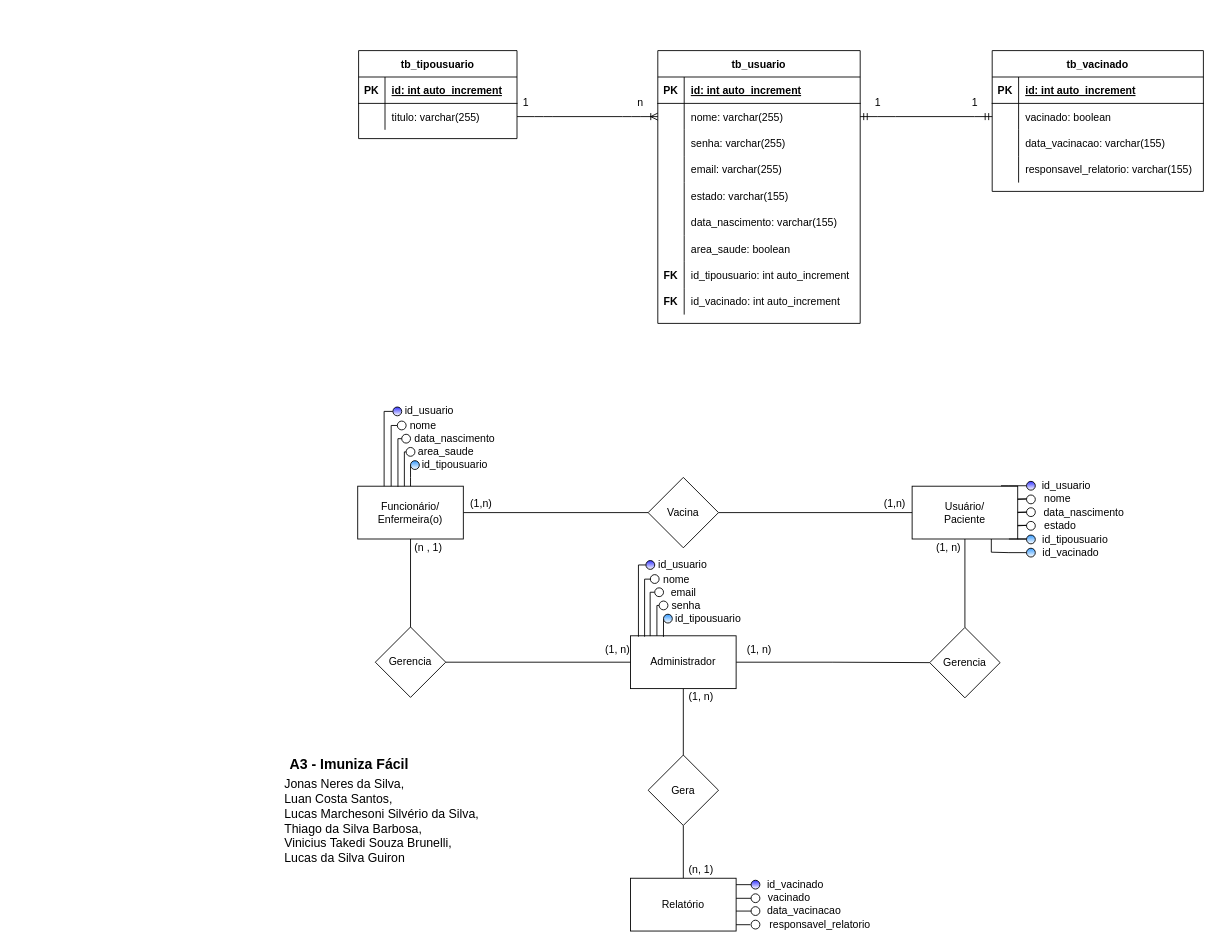
Before: Diagramas/DER/DER_IMUNIZAFACIL.drawio in viniciustakedi/USTJ-CC-A3, a draw.io diagram. Source tidied: cells renumbered, new cells numbered last; positions are measured from the earlier drawing's top-left corner, leaving out a move shared by most shapes. Both pictures are drawn from the tidied source at 88%, with x=0, y=0 at pixel (282, 50).
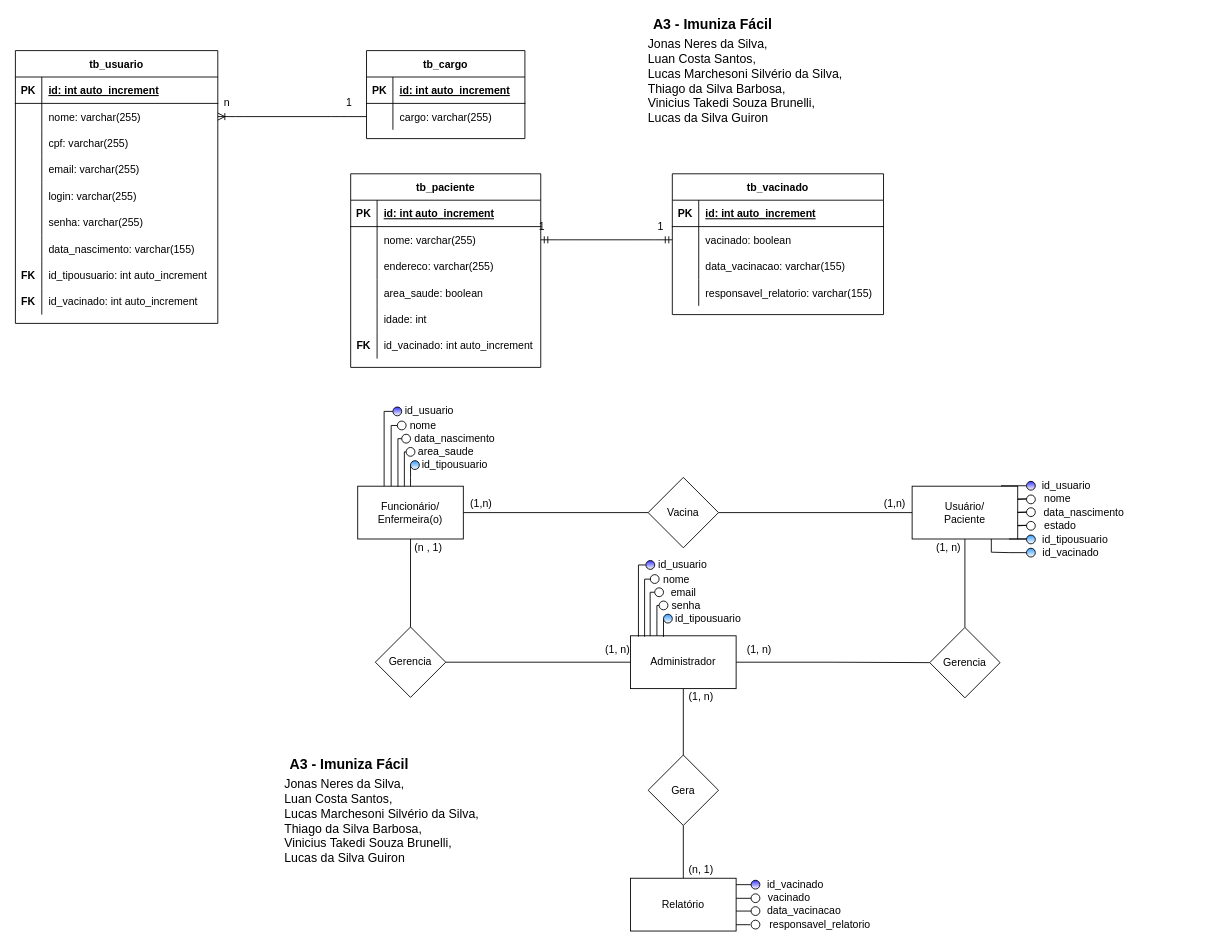
The same diagram, later.

The change refers to these unchanged cells:
```xml
<mxCell id="6" style="shape=partialRectangle;fillColor=none;top=0;left=0;bottom=0;right=0;points=[[0,0.5],[1,0.5]];portConstraint=eastwest;" parent="2" vertex="1">
  <mxGeometry y="60" width="180" height="30" as="geometry" />
</mxCell>
<mxCell id="13" style="shape=partialRectangle;fillColor=none;top=0;left=0;bottom=0;right=0;points=[[0,0.5],[1,0.5]];portConstraint=eastwest;" parent="9" vertex="1">
  <mxGeometry y="60" width="230" height="30" as="geometry" />
</mxCell>
<mxCell id="22" style="shape=partialRectangle;fillColor=none;top=0;left=0;bottom=0;right=0;" parent="9" vertex="1">
  <mxGeometry y="150" width="230" height="30" as="geometry" />
</mxCell>
<mxCell id="65" style="shape=partialRectangle;fillColor=none;top=0;left=0;bottom=0;right=0;points=[[0,0.5],[1,0.5]];portConstraint=eastwest;" parent="61" vertex="1">
  <mxGeometry y="60" width="240" height="30" as="geometry" />
</mxCell>
```

Change to the diagram source:
```diff
@@
-    <mxCell id="2" value="tb_tipousuario" style="shape=table;startSize=30;childLayout=tableLayout;rowLines=0;fontStyle=1;align=center;" parent="1" vertex="1">
-      <mxGeometry x="86" width="180" height="100" as="geometry" />
+    <mxCell id="2" value="tb_cargo" style="shape=table;startSize=30;childLayout=tableLayout;rowLines=0;fontStyle=1;align=center;" parent="1" vertex="1">
+      <mxGeometry x="95" width="180" height="100" as="geometry" />
     </mxCell>
@@
-    <mxCell id="8" value="titulo: varchar(255)" style="shape=partialRectangle;fillColor=none;top=0;left=0;bottom=0;right=0;align=left;spacingLeft=6;overflow=hidden;" parent="6" vertex="1">
+    <mxCell id="8" value="cargo: varchar(255)" style="shape=partialRectangle;fillColor=none;top=0;left=0;bottom=0;right=0;align=left;spacingLeft=6;overflow=hidden;" parent="6" vertex="1">
       <mxGeometry x="30" width="150" height="30" as="geometry" />
     </mxCell>
     <mxCell id="9" value="tb_usuario" style="shape=table;startSize=30;childLayout=tableLayout;rowLines=0;fontStyle=1;align=center;" parent="1" vertex="1">
-      <mxGeometry x="426" width="230" height="310" as="geometry" />
+      <mxGeometry x="-304" width="230" height="310" as="geometry" />
     </mxCell>
@@
-    <mxCell id="16" style="shape=partialRectangle;fillColor=none;top=0;left=0;bottom=0;right=0;" parent="9" vertex="1">
-      <mxGeometry y="90" width="230" height="30" as="geometry" />
-    </mxCell>
-    <mxCell id="17" style="shape=partialRectangle;fillColor=none;top=0;left=0;bottom=0;right=0;overflow=hidden;" parent="16" vertex="1">
-      <mxGeometry width="30" height="30" as="geometry" />
-    </mxCell>
-    <mxCell id="18" value="senha: varchar(255)" style="shape=partialRectangle;fillColor=none;top=0;left=0;bottom=0;right=0;align=left;spacingLeft=6;overflow=hidden;" parent="16" vertex="1">
-      <mxGeometry x="30" width="200" height="30" as="geometry" />
-    </mxCell>
+    <mxCell id="142" style="shape=partialRectangle;fillColor=none;top=0;left=0;bottom=0;right=0;" parent="9" vertex="1">
+      <mxGeometry y="90" width="230" height="30" as="geometry" />
+    </mxCell>
+    <mxCell id="143" style="shape=partialRectangle;fillColor=none;top=0;left=0;bottom=0;right=0;overflow=hidden;" parent="142" vertex="1">
+      <mxGeometry width="30" height="30" as="geometry" />
+    </mxCell>
+    <mxCell id="144" value="cpf: varchar(255)" style="shape=partialRectangle;fillColor=none;top=0;left=0;bottom=0;right=0;align=left;spacingLeft=6;overflow=hidden;" parent="142" vertex="1">
+      <mxGeometry x="30" width="200" height="30" as="geometry" />
+    </mxCell>
@@
-    <mxCell id="23" style="shape=partialRectangle;fillColor=none;top=0;left=0;bottom=0;right=0;overflow=hidden;" parent="22" vertex="1">
-      <mxGeometry width="30" height="30" as="geometry" />
-    </mxCell>
-    <mxCell id="24" value="estado: varchar(155)" style="shape=partialRectangle;fillColor=none;top=0;left=0;bottom=0;right=0;align=left;spacingLeft=6;overflow=hidden;" parent="22" vertex="1">
-      <mxGeometry x="30" width="200" height="30" as="geometry" />
-    </mxCell>
+    <mxCell id="145" style="shape=partialRectangle;fillColor=none;top=0;left=0;bottom=0;right=0;overflow=hidden;" parent="22" vertex="1">
+      <mxGeometry width="30" height="30" as="geometry" />
+    </mxCell>
+    <mxCell id="146" value="login: varchar(255)" style="shape=partialRectangle;fillColor=none;top=0;left=0;bottom=0;right=0;align=left;spacingLeft=6;overflow=hidden;" parent="22" vertex="1">
+      <mxGeometry x="30" width="200" height="30" as="geometry" />
+    </mxCell>
+    <mxCell id="16" style="shape=partialRectangle;fillColor=none;top=0;left=0;bottom=0;right=0;" parent="9" vertex="1">
+      <mxGeometry y="180" width="230" height="30" as="geometry" />
+    </mxCell>
+    <mxCell id="17" style="shape=partialRectangle;fillColor=none;top=0;left=0;bottom=0;right=0;overflow=hidden;" parent="16" vertex="1">
+      <mxGeometry width="30" height="30" as="geometry" />
+    </mxCell>
+    <mxCell id="18" value="senha: varchar(255)" style="shape=partialRectangle;fillColor=none;top=0;left=0;bottom=0;right=0;align=left;spacingLeft=6;overflow=hidden;" parent="16" vertex="1">
+      <mxGeometry x="30" width="200" height="30" as="geometry" />
+    </mxCell>
     <mxCell id="25" style="shape=partialRectangle;fillColor=none;top=0;left=0;bottom=0;right=0;" parent="9" vertex="1">
-      <mxGeometry y="180" width="230" height="30" as="geometry" />
+      <mxGeometry y="210" width="230" height="30" as="geometry" />
     </mxCell>
@@
-    <mxCell id="28" style="shape=partialRectangle;fillColor=none;top=0;left=0;bottom=0;right=0;" parent="9" vertex="1">
-      <mxGeometry y="210" width="230" height="30" as="geometry" />
-    </mxCell>
-    <mxCell id="29" style="shape=partialRectangle;fillColor=none;top=0;left=0;bottom=0;right=0;overflow=hidden;" parent="28" vertex="1">
-      <mxGeometry width="30" height="30" as="geometry" />
-    </mxCell>
-    <mxCell id="30" value="area_saude: boolean" style="shape=partialRectangle;fillColor=none;top=0;left=0;bottom=0;right=0;align=left;spacingLeft=6;overflow=hidden;" parent="28" vertex="1">
-      <mxGeometry x="30" width="200" height="30" as="geometry" />
-    </mxCell>
@@
-    <mxCell id="37" style="edgeStyle=entityRelationEdgeStyle;fontSize=12;html=1;endArrow=ERoneToMany;exitX=1;exitY=0.5;exitDx=0;exitDy=0;entryX=0;entryY=0.5;entryDx=0;entryDy=0;" parent="1" edge="1" source="6" target="13">
+    <mxCell id="37" style="edgeStyle=entityRelationEdgeStyle;fontSize=12;html=1;endArrow=ERoneToMany;entryX=1;entryY=0.5;entryDx=0;entryDy=0;exitX=0;exitY=0.5;exitDx=0;exitDy=0;" parent="1" edge="1" source="6" target="13">
       <mxGeometry relative="1" as="geometry" />
     </mxCell>
     <mxCell id="38" value="1" style="text;html=1;align=center;verticalAlign=middle;strokeColor=none;" parent="1" vertex="1">
-      <mxGeometry x="266" y="50" width="20" height="20" as="geometry" />
+      <mxGeometry x="65" y="50" width="20" height="20" as="geometry" />
     </mxCell>
     <mxCell id="39" value="n" style="text;html=1;align=center;verticalAlign=middle;strokeColor=none;" parent="1" vertex="1">
-      <mxGeometry x="396" y="50" width="20" height="20" as="geometry" />
+      <mxGeometry x="-74" y="50" width="20" height="20" as="geometry" />
     </mxCell>
@@
     <mxCell id="61" value="tb_vacinado" style="shape=table;startSize=30;childLayout=tableLayout;rowLines=0;fontStyle=1;align=center;" parent="1" vertex="1">
-      <mxGeometry x="806" width="240" height="160" as="geometry" />
+      <mxGeometry x="442.5" y="140" width="240" height="160" as="geometry" />
     </mxCell>
@@
-    <mxCell id="74" style="edgeStyle=entityRelationEdgeStyle;fontSize=12;html=1;endArrow=ERmandOne;startArrow=ERmandOne;exitX=1;exitY=0.5;exitDx=0;exitDy=0;entryX=0;entryY=0.5;entryDx=0;entryDy=0;" parent="1" edge="1" source="13" target="65">
+    <mxCell id="74" style="edgeStyle=entityRelationEdgeStyle;fontSize=12;html=1;endArrow=ERmandOne;startArrow=ERmandOne;entryX=0;entryY=0.5;entryDx=0;entryDy=0;exitX=1;exitY=0.5;exitDx=0;exitDy=0;" parent="1" edge="1" source="151" target="65">
       <mxGeometry relative="1" as="geometry" />
     </mxCell>
     <mxCell id="75" value="1" style="text;html=1;align=center;verticalAlign=middle;strokeColor=none;" parent="1" vertex="1">
-      <mxGeometry x="666" y="50" width="20" height="20" as="geometry" />
+      <mxGeometry x="284" y="190" width="20" height="20" as="geometry" />
     </mxCell>
     <mxCell id="76" value="1" style="text;html=1;align=center;verticalAlign=middle;strokeColor=none;" parent="1" vertex="1">
-      <mxGeometry x="776" y="50" width="20" height="20" as="geometry" />
+      <mxGeometry x="418.5" y="190" width="20" height="20" as="geometry" />
     </mxCell>
@@
+    <mxCell id="147" value="tb_paciente" style="shape=table;startSize=30;childLayout=tableLayout;rowLines=0;fontStyle=1;align=center;" parent="1" vertex="1">
+      <mxGeometry x="77" y="140" width="216" height="220" as="geometry" />
+    </mxCell>
+    <mxCell id="148" style="shape=partialRectangle;fillColor=none;top=0;left=0;bottom=1;right=0;" parent="147" vertex="1">
+      <mxGeometry y="30" width="216" height="30" as="geometry" />
+    </mxCell>
+    <mxCell id="149" value="PK" style="shape=partialRectangle;fillColor=none;top=0;left=0;bottom=0;right=0;fontStyle=1;overflow=hidden;" parent="148" vertex="1">
+      <mxGeometry width="30" height="30" as="geometry" />
+    </mxCell>
+    <mxCell id="150" value="id: int auto_increment" style="shape=partialRectangle;fillColor=none;top=0;left=0;bottom=0;right=0;align=left;spacingLeft=6;fontStyle=5;overflow=hidden;" parent="148" vertex="1">
+      <mxGeometry x="30" width="186" height="30" as="geometry" />
+    </mxCell>
+    <mxCell id="151" style="shape=partialRectangle;fillColor=none;top=0;left=0;bottom=0;right=0;points=[[0,0.5],[1,0.5]];portConstraint=eastwest;" parent="147" vertex="1">
+      <mxGeometry y="60" width="216" height="30" as="geometry" />
+    </mxCell>
+    <mxCell id="152" style="shape=partialRectangle;fillColor=none;top=0;left=0;bottom=0;right=0;overflow=hidden;" parent="151" vertex="1">
+      <mxGeometry width="30" height="30" as="geometry" />
+    </mxCell>
+    <mxCell id="153" value="nome: varchar(255)" style="shape=partialRectangle;fillColor=none;top=0;left=0;bottom=0;right=0;align=left;spacingLeft=6;overflow=hidden;" parent="151" vertex="1">
+      <mxGeometry x="30" width="186" height="30" as="geometry" />
+    </mxCell>
+    <mxCell id="154" style="shape=partialRectangle;fillColor=none;top=0;left=0;bottom=0;right=0;" parent="147" vertex="1">
+      <mxGeometry y="90" width="216" height="30" as="geometry" />
+    </mxCell>
+    <mxCell id="155" style="shape=partialRectangle;fillColor=none;top=0;left=0;bottom=0;right=0;overflow=hidden;" parent="154" vertex="1">
+      <mxGeometry width="30" height="30" as="geometry" />
+    </mxCell>
+    <mxCell id="156" value="endereco: varchar(255)" style="shape=partialRectangle;fillColor=none;top=0;left=0;bottom=0;right=0;align=left;spacingLeft=6;overflow=hidden;" parent="154" vertex="1">
+      <mxGeometry x="30" width="186" height="30" as="geometry" />
+    </mxCell>
+    <mxCell id="157" style="shape=partialRectangle;fillColor=none;top=0;left=0;bottom=0;right=0;" parent="147" vertex="1">
+      <mxGeometry y="120" width="216" height="30" as="geometry" />
+    </mxCell>
+    <mxCell id="158" style="shape=partialRectangle;fillColor=none;top=0;left=0;bottom=0;right=0;overflow=hidden;" parent="157" vertex="1">
+      <mxGeometry width="30" height="30" as="geometry" />
+    </mxCell>
+    <mxCell id="30" value="area_saude: boolean" style="shape=partialRectangle;fillColor=none;top=0;left=0;bottom=0;right=0;align=left;spacingLeft=6;overflow=hidden;" parent="157" vertex="1">
+      <mxGeometry x="30" width="186" height="30" as="geometry" />
+    </mxCell>
+    <mxCell id="159" style="shape=partialRectangle;fillColor=none;top=0;left=0;bottom=0;right=0;" parent="147" vertex="1">
+      <mxGeometry y="150" width="216" height="30" as="geometry" />
+    </mxCell>
+    <mxCell id="160" style="shape=partialRectangle;fillColor=none;top=0;left=0;bottom=0;right=0;overflow=hidden;" parent="159" vertex="1">
+      <mxGeometry width="30" height="30" as="geometry" />
+    </mxCell>
+    <mxCell id="161" value="idade: int" style="shape=partialRectangle;fillColor=none;top=0;left=0;bottom=0;right=0;align=left;spacingLeft=6;overflow=hidden;" parent="159" vertex="1">
+      <mxGeometry x="30" width="186" height="30" as="geometry" />
+    </mxCell>
+    <mxCell id="162" style="shape=partialRectangle;fillColor=none;top=0;left=0;bottom=0;right=0;" parent="147" vertex="1">
+      <mxGeometry y="180" width="216" height="30" as="geometry" />
+    </mxCell>
+    <mxCell id="163" value="FK" style="shape=partialRectangle;fillColor=none;top=0;left=0;bottom=0;right=0;overflow=hidden;fontStyle=1;" parent="162" vertex="1">
+      <mxGeometry width="30" height="30" as="geometry" />
+    </mxCell>
+    <mxCell id="164" value="id_vacinado: int auto_increment" style="shape=partialRectangle;fillColor=none;top=0;left=0;bottom=0;right=0;align=left;spacingLeft=6;overflow=hidden;" parent="162" vertex="1">
+      <mxGeometry x="30" width="186" height="30" as="geometry" />
+    </mxCell>
+    <mxCell id="165" value="&lt;font style=&quot;font-size: 16px&quot;&gt;&lt;b&gt;A3 - Imuniza Fácil&lt;/b&gt;&lt;/font&gt;" style="text;html=1;align=center;verticalAlign=middle;strokeColor=none;" parent="1" vertex="1">
+      <mxGeometry x="412.5" y="-40" width="150" height="20" as="geometry" />
+    </mxCell>
+    <mxCell id="166" value="&lt;font style=&quot;font-size: 14px&quot;&gt;Jonas Neres da Silva, &lt;br&gt;Luan Costa Santos, &lt;br&gt;&lt;/font&gt;&lt;div style=&quot;font-size: 14px&quot;&gt;&lt;span&gt;&lt;font style=&quot;font-size: 14px&quot;&gt;Lucas Marchesoni Silvério da Silva,&lt;/font&gt;&lt;/span&gt;&lt;/div&gt;&lt;font style=&quot;font-size: 14px&quot;&gt;Thiago da Silva Barbosa, &lt;br&gt;Vinicius Takedi Souza Brunelli, &lt;br&gt;Lucas da Silva Guiron&lt;/font&gt;" style="text;html=1;align=left;verticalAlign=middle;strokeColor=none;" parent="1" vertex="1">
+      <mxGeometry x="412.5" y="-10" width="240" height="90" as="geometry" />
+    </mxCell>
```
